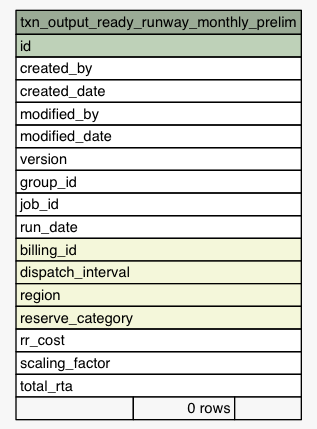
eyana-m/python-data-dictionary-writer keeps this Graphviz diagram as Data/settlement/diagrams/summary/txn_output_ready_runway_monthly_prelim.1degree.png. Above is the earlier version. Its source is kept beside it as Data/settlement/diagrams/summary/txn_output_ready_runway_monthly_prelim.1degree.dot.
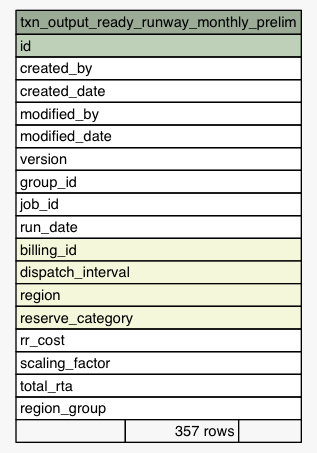
Above is the later version.

The edit, as a diff of the source:
```diff
@@ -35,7 +35,8 @@
       <TR><TD PORT="rr_cost" COLSPAN="3" ALIGN="LEFT">rr_cost</TD></TR>
       <TR><TD PORT="scaling_factor" COLSPAN="3" ALIGN="LEFT">scaling_factor</TD></TR>
       <TR><TD PORT="total_rta" COLSPAN="3" ALIGN="LEFT">total_rta</TD></TR>
-      <TR><TD ALIGN="LEFT" BGCOLOR="#f7f7f7">  </TD><TD ALIGN="RIGHT" BGCOLOR="#f7f7f7">0 rows</TD><TD ALIGN="RIGHT" BGCOLOR="#f7f7f7">  </TD></TR>
+      <TR><TD PORT="region_group" COLSPAN="3" ALIGN="LEFT">region_group</TD></TR>
+      <TR><TD ALIGN="LEFT" BGCOLOR="#f7f7f7">  </TD><TD ALIGN="RIGHT" BGCOLOR="#f7f7f7">357 rows</TD><TD ALIGN="RIGHT" BGCOLOR="#f7f7f7">  </TD></TR>
     </TABLE>>
     URL="tables/txn_output_ready_runway_monthly_prelim.html"
     tooltip="txn_output_ready_runway_monthly_prelim"
```
